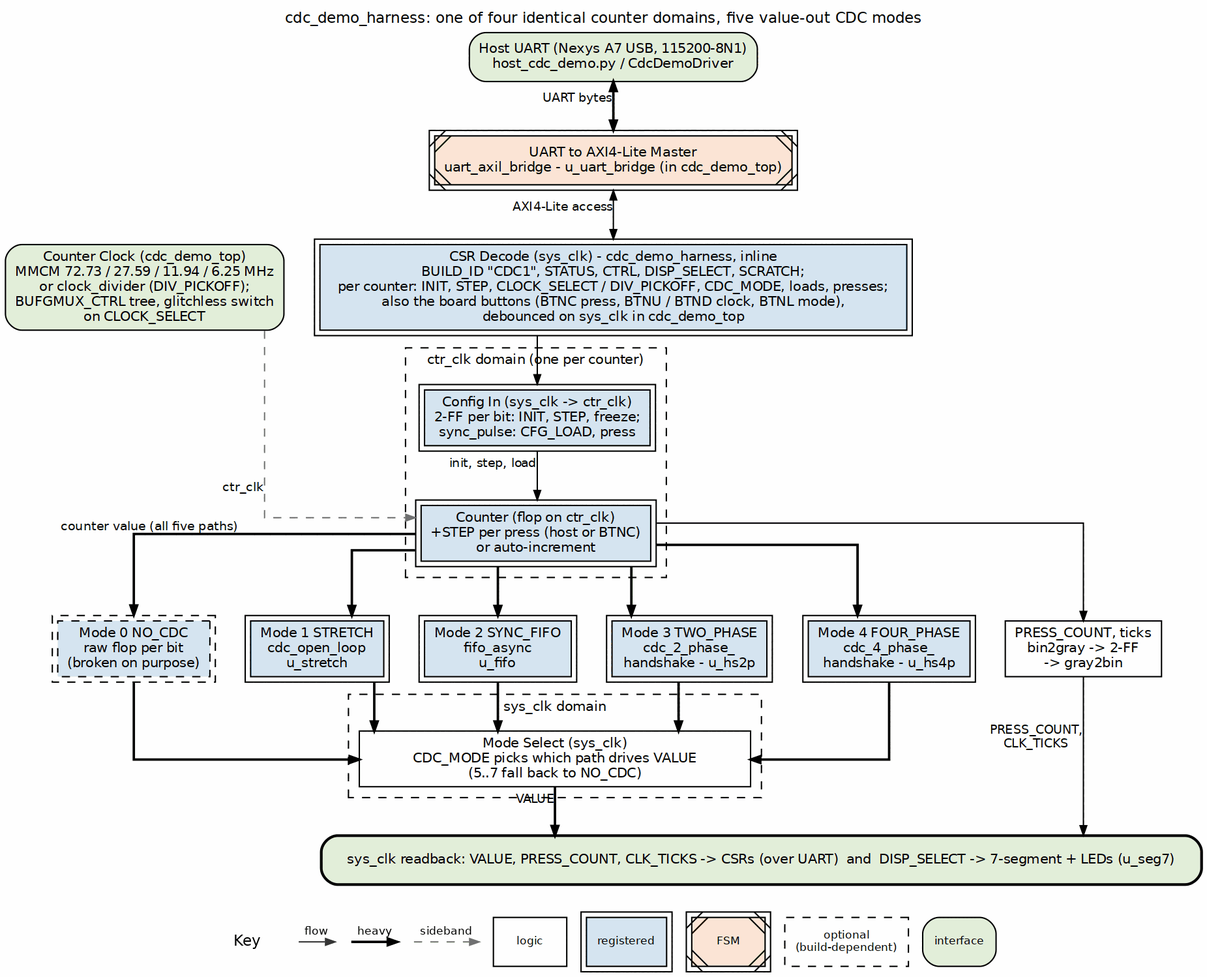
This is projects/fpga-systems/NexysA7/misc-ip/cdc_counter_display/docs/cdc_fpga_system/assets/graphviz/02_harness_blocks.png from sean-galloway/RTLDesignSherpa, a Graphviz export, as it was before one commit. Its source is kept beside it as projects/fpga-systems/NexysA7/misc-ip/cdc_counter_display/docs/cdc_fpga_system/assets/graphviz/02_harness_blocks.dot. The source it was exported from:
```dot
digraph harness_blocks {
    graph [rankdir=TB, bgcolor="white", fontname="Helvetica", fontsize=11,
           nodesep="0.30", ranksep="0.50", splines=ortho, newrank=true,
           label="cdc_demo_harness: one of four identical counter domains, five value-out CDC modes", labelloc=t];
    node  [fontname="Helvetica", fontsize=10, shape=box, style=filled,
           fillcolor="white", color="black", margin="0.10,0.06"];
    edge  [fontname="Helvetica", fontsize=9, color="black", arrowsize=0.7];

    host [group=C, label="Host UART (Nexys A7 USB, 115200-8N1)\nhost_cdc_demo.py / CdcDemoDriver", fillcolor="white", style="rounded,filled", fillcolor="#E2EFDA"];
    uart [group=C, label="UART to AXI4-Lite Master\nuart_axil_bridge - u_uart_bridge (in cdc_demo_top)", peripheries=2, style="filled,diagonals", fillcolor="#FCE4D6"];
    csr  [group=C, label="CSR Decode (sys_clk) - cdc_demo_harness, inline\nBUILD_ID \"CDC1\", STATUS, CTRL, DISP_SELECT, SCRATCH;\nper counter: INIT, STEP, CLOCK_SELECT / DIV_PICKOFF, CDC_MODE, loads, presses;\nalso the board buttons (BTNC press, BTNU / BTND clock, BTNL mode),\ndebounced on sys_clk in cdc_demo_top", width=6, peripheries=2, style="filled", fillcolor="#D6E4F0"];

    clk  [label="Counter Clock (cdc_demo_top)\nMMCM 72.73 / 27.59 / 11.94 / 6.25 MHz\nor clock_divider (DIV_PICKOFF);\nBUFGMUX_CTRL tree, glitchless switch\non CLOCK_SELECT", fillcolor="white", style="rounded,filled", fillcolor="#E2EFDA"];

    subgraph cluster_ctr {
        label="ctr_clk domain (one per counter)"; style=dashed; fontsize=10;
        cin  [label="Config In (sys_clk -> ctr_clk)\n2-FF per bit: INIT, STEP, freeze;\nsync_pulse: CFG_LOAD, press", peripheries=2, style="filled", fillcolor="#D6E4F0"];
        ctr  [label="Counter (flop on ctr_clk)\n+STEP per press (host or BTNC)\nor auto-increment", peripheries=2, style="filled", fillcolor="#D6E4F0"];
    }

    m0 [label="Mode 0 NO_CDC\nraw flop per bit\n(broken on purpose)", style="filled,dashed", peripheries=2, style="filled,dashed", fillcolor="#D6E4F0"];
    m1 [label="Mode 1 STRETCH\ncdc_open_loop\nu_stretch", peripheries=2, style="filled", fillcolor="#D6E4F0"];
    m2 [label="Mode 2 SYNC_FIFO\nfifo_async\nu_fifo", peripheries=2, style="filled", fillcolor="#D6E4F0"];
    m3 [label="Mode 3 TWO_PHASE\ncdc_2_phase_\nhandshake - u_hs2p", peripheries=2, style="filled", fillcolor="#D6E4F0"];
    m4 [label="Mode 4 FOUR_PHASE\ncdc_4_phase_\nhandshake - u_hs4p", peripheries=2, style="filled", fillcolor="#D6E4F0"];
    gray [label="PRESS_COUNT, ticks\nbin2gray -> 2-FF\n-> gray2bin", style="filled", fillcolor="white"];

    subgraph cluster_sys {
        label="sys_clk domain"; style=dashed; fontsize=10;
        sel [label="Mode Select (sys_clk)\nCDC_MODE picks which path drives VALUE\n(5..7 fall back to NO_CDC)", width=4, style="filled", fillcolor="white"];
    }

    bar [group=C, label="sys_clk readback: VALUE, PRESS_COUNT, CLK_TICKS -> CSRs (over UART)  and  DISP_SELECT -> 7-segment + LEDs (u_seg7)", fillcolor="white", width=9, style="rounded,filled,bold", fillcolor="#E2EFDA"];


    { rank=same; clk; csr; }
    clk -> csr [style=invis];
    { rank=same; m0; m1; m2; m3; m4; gray; }
    m0 -> m1 -> m2 -> m3 -> m4 -> gray [style=invis];

    host -> uart [dir=both, penwidth=1.8, xlabel="UART bytes"];
    uart -> csr  [dir=both, xlabel="AXI4-Lite access"];
    csr  -> cin;
    clk  -> ctr  [style=dashed, color="#777777", xlabel="ctr_clk"];
    cin  -> ctr  [xlabel="init, step, load"];

    ctr -> m0 [penwidth=1.8, xlabel="counter value (all five paths)"];
    ctr -> m1 [penwidth=1.8];
    ctr -> m2 [penwidth=1.8];
    ctr -> m3 [penwidth=1.8];
    ctr -> m4 [penwidth=1.8];
    ctr -> gray;

    m0 -> sel [penwidth=1.8];
    m1 -> sel [penwidth=1.8];
    m2 -> sel [penwidth=1.8];
    m3 -> sel [penwidth=1.8];
    m4 -> sel [penwidth=1.8];

    sel  -> bar [penwidth=1.8, xlabel="VALUE"];
    gray -> bar [xlabel="PRESS_COUNT,\nCLK_TICKS"];
}
```
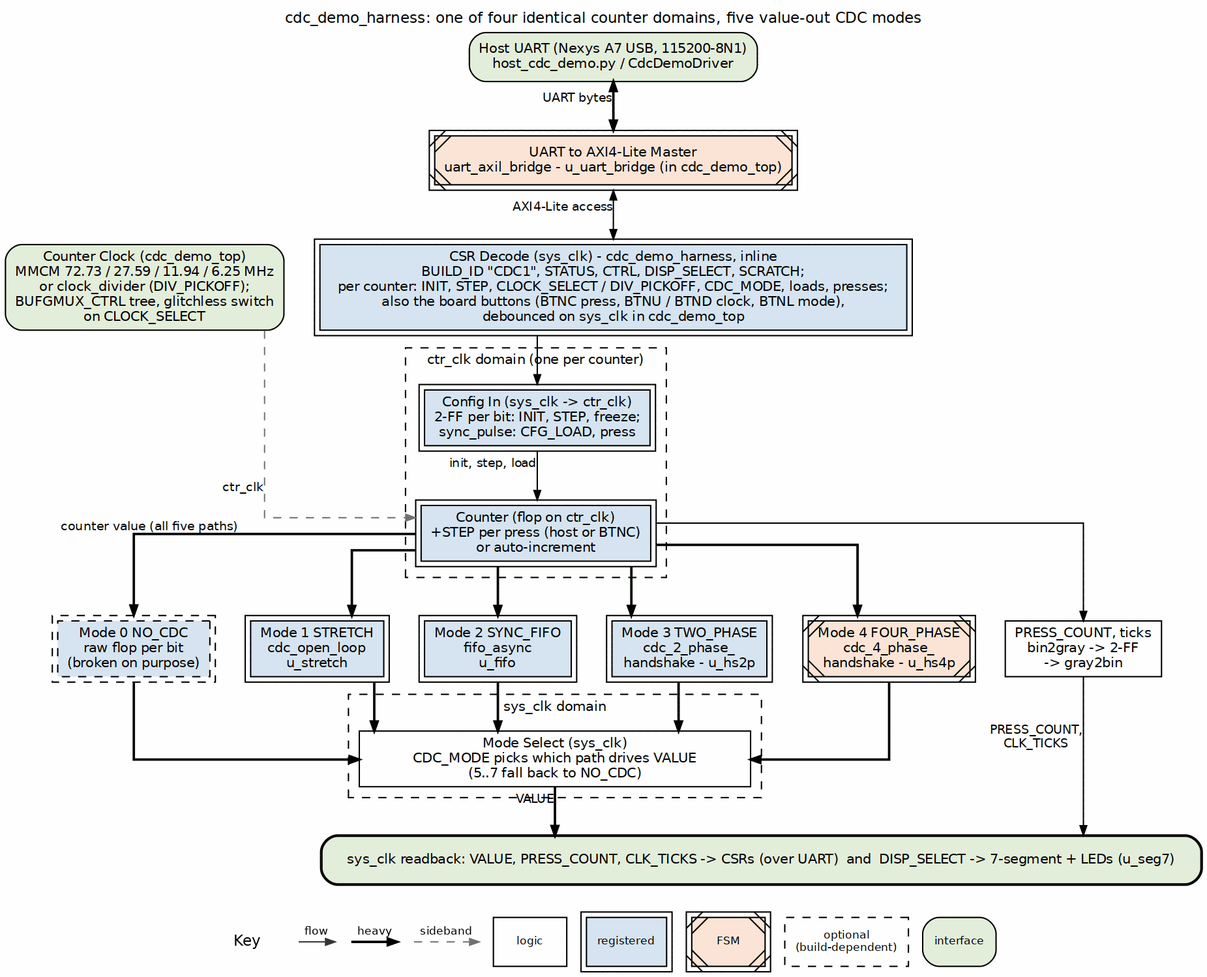
The same diagram one commit later.

The edit, as a diff of the source:
```diff
@@ -22,7 +22,7 @@
     m1 [label="Mode 1 STRETCH\ncdc_open_loop\nu_stretch", peripheries=2, style="filled", fillcolor="#D6E4F0"];
     m2 [label="Mode 2 SYNC_FIFO\nfifo_async\nu_fifo", peripheries=2, style="filled", fillcolor="#D6E4F0"];
     m3 [label="Mode 3 TWO_PHASE\ncdc_2_phase_\nhandshake - u_hs2p", peripheries=2, style="filled", fillcolor="#D6E4F0"];
-    m4 [label="Mode 4 FOUR_PHASE\ncdc_4_phase_\nhandshake - u_hs4p", peripheries=2, style="filled", fillcolor="#D6E4F0"];
+    m4 [label="Mode 4 FOUR_PHASE\ncdc_4_phase_\nhandshake - u_hs4p", peripheries=2, style="filled,diagonals", fillcolor="#FCE4D6"];
     gray [label="PRESS_COUNT, ticks\nbin2gray -> 2-FF\n-> gray2bin", style="filled", fillcolor="white"];
 
     subgraph cluster_sys {
```
